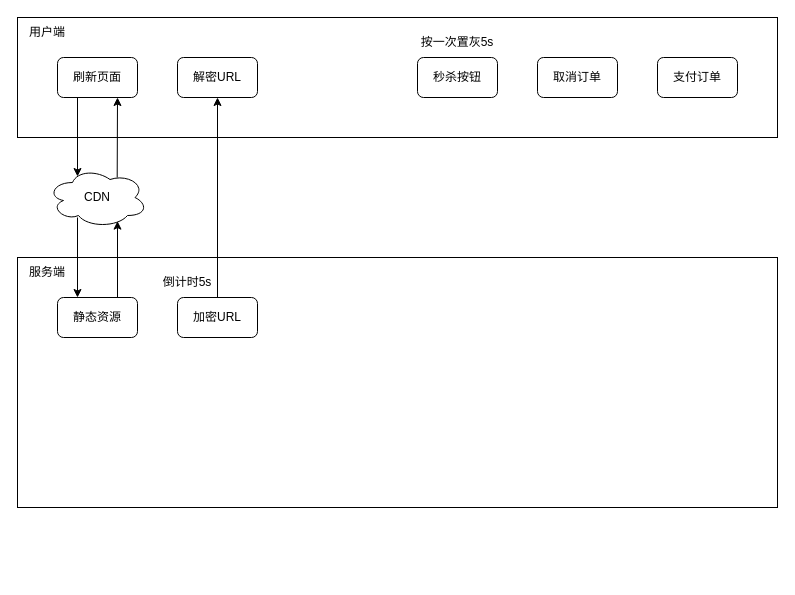
The draw.io diagram 秒杀系统设计.drawio in BacklitCat/Architecture, before the edit. Source tidied: cells renumbered, new cells numbered last; positions are measured from the earlier drawing's top-left corner, leaving out a move shared by most shapes. Both pictures are drawn from the tidied source at 100%, with x=0, y=0 at pixel (17, 17).
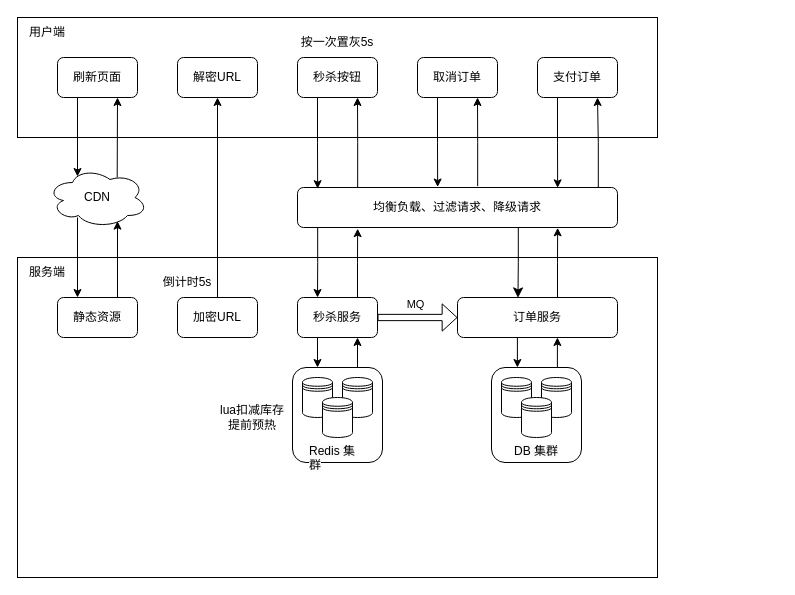
The same page after the edit.

Commit message:
更新秒杀系统设计.drawio

The edit, as a diff of the source:
```diff
@@
+    <mxCell id="5" style="rounded=0;whiteSpace=wrap;html=1;fillColor=none;" parent="1" vertex="1">
+      <mxGeometry y="240" width="640" height="320" as="geometry" />
+    </mxCell>
     <mxCell id="2" style="rounded=0;whiteSpace=wrap;html=1;fillColor=none;" parent="1" vertex="1">
-      <mxGeometry width="760" height="120" as="geometry" />
+      <mxGeometry width="640" height="120" as="geometry" />
     </mxCell>
+    <mxCell id="21" style="edgeStyle=orthogonalEdgeStyle;rounded=0;jettySize=auto;html=1;exitX=0.25;exitY=1;exitDx=0;exitDy=0;entryX=0.063;entryY=0.029;entryDx=0;entryDy=0;entryPerimeter=0;" parent="1" edge="1" source="3" target="34">
+      <mxGeometry relative="1" as="geometry" />
+    </mxCell>
     <mxCell id="3" value="秒杀按钮" style="rounded=1;whiteSpace=wrap;html=1;" parent="1" vertex="1">
-      <mxGeometry x="400" y="40" width="80" height="40" as="geometry" />
+      <mxGeometry x="280" y="40" width="80" height="40" as="geometry" />
     </mxCell>
@@
-    <mxCell id="5" style="rounded=0;whiteSpace=wrap;html=1;fillColor=none;" parent="1" vertex="1">
-      <mxGeometry y="240" width="760" height="250" as="geometry" />
-    </mxCell>
@@
+    <mxCell id="22" style="edgeStyle=orthogonalEdgeStyle;rounded=0;jettySize=auto;html=1;exitX=0.25;exitY=1;exitDx=0;exitDy=0;entryX=0.438;entryY=-0.012;entryDx=0;entryDy=0;entryPerimeter=0;" parent="1" edge="1" source="8" target="34">
+      <mxGeometry relative="1" as="geometry" />
+    </mxCell>
     <mxCell id="8" value="取消订单" style="rounded=1;whiteSpace=wrap;html=1;" parent="1" vertex="1">
-      <mxGeometry x="520" y="40" width="80" height="40" as="geometry" />
+      <mxGeometry x="400" y="40" width="80" height="40" as="geometry" />
     </mxCell>
+    <mxCell id="23" style="edgeStyle=orthogonalEdgeStyle;rounded=0;jettySize=auto;html=1;exitX=0.25;exitY=1;exitDx=0;exitDy=0;entryX=0.813;entryY=0.008;entryDx=0;entryDy=0;entryPerimeter=0;" parent="1" edge="1" source="9" target="34">
+      <mxGeometry relative="1" as="geometry" />
+    </mxCell>
     <mxCell id="9" value="支付订单" style="rounded=1;whiteSpace=wrap;html=1;" parent="1" vertex="1">
-      <mxGeometry x="640" y="40" width="80" height="40" as="geometry" />
+      <mxGeometry x="520" y="40" width="80" height="40" as="geometry" />
     </mxCell>
@@
     <mxCell id="16" value="按一次置灰5s" style="text;html=1;strokeColor=none;fillColor=none;align=center;verticalAlign=middle;whiteSpace=wrap;rounded=0;" parent="1" vertex="1">
-      <mxGeometry x="400" y="10" width="80" height="30" as="geometry" />
+      <mxGeometry x="280" y="10" width="80" height="30" as="geometry" />
     </mxCell>
@@
+    <mxCell id="24" style="edgeStyle=orthogonalEdgeStyle;rounded=0;jettySize=auto;html=1;exitX=0.188;exitY=-0.012;exitDx=0;exitDy=0;entryX=0.75;entryY=1;entryDx=0;entryDy=0;exitPerimeter=0;" parent="1" edge="1" source="34" target="3">
+      <mxGeometry relative="1" as="geometry" />
+    </mxCell>
+    <mxCell id="25" style="edgeStyle=orthogonalEdgeStyle;rounded=0;jettySize=auto;html=1;exitX=0.25;exitY=1;exitDx=0;exitDy=0;" parent="1" edge="1" source="29">
+      <mxGeometry relative="1" as="geometry">
+        <mxPoint x="300" y="350" as="targetPoint" />
+      </mxGeometry>
+    </mxCell>
+    <mxCell id="26" style="edgeStyle=orthogonalEdgeStyle;rounded=0;jettySize=auto;html=1;exitX=0.75;exitY=0;exitDx=0;exitDy=0;entryX=0.188;entryY=1.029;entryDx=0;entryDy=0;entryPerimeter=0;" parent="1" edge="1" source="29" target="34">
+      <mxGeometry relative="1" as="geometry" />
+    </mxCell>
+    <mxCell id="27" style="edgeStyle=orthogonalEdgeStyle;rounded=0;jettySize=auto;html=1;exitX=1;exitY=0.5;exitDx=0;exitDy=0;entryX=0;entryY=0.5;entryDx=0;entryDy=0;shape=flexArrow;width=6.285714285714286;endSize=4.617142857142857;" parent="1" edge="1" source="29" target="32">
+      <mxGeometry relative="1" as="geometry" />
+    </mxCell>
+    <mxCell id="28" value="MQ" style="edgeLabel;html=1;align=center;verticalAlign=middle;" parent="27" vertex="1">
+      <mxGeometry x="-0.17" y="-2" relative="1" as="geometry">
+        <mxPoint x="4" y="-16" as="offset" />
+      </mxGeometry>
+    </mxCell>
+    <mxCell id="29" value="秒杀服务" style="rounded=1;whiteSpace=wrap;html=1;" parent="1" vertex="1">
+      <mxGeometry x="280" y="280" width="80" height="40" as="geometry" />
+    </mxCell>
+    <mxCell id="30" style="edgeStyle=orthogonalEdgeStyle;rounded=0;jettySize=auto;html=1;exitX=0.563;exitY=-0.033;exitDx=0;exitDy=0;entryX=0.75;entryY=1;entryDx=0;entryDy=0;exitPerimeter=0;" parent="1" edge="1" source="34" target="8">
+      <mxGeometry relative="1" as="geometry" />
+    </mxCell>
+    <mxCell id="31" style="edgeStyle=orthogonalEdgeStyle;rounded=0;jettySize=auto;html=1;exitX=0.94;exitY=-0.012;exitDx=0;exitDy=0;entryX=0.75;entryY=1;entryDx=0;entryDy=0;exitPerimeter=0;" parent="1" edge="1" source="34" target="9">
+      <mxGeometry relative="1" as="geometry" />
+    </mxCell>
+    <mxCell id="32" value="订单服务" style="rounded=1;whiteSpace=wrap;html=1;" parent="1" vertex="1">
+      <mxGeometry x="440" y="280" width="160" height="40" as="geometry" />
+    </mxCell>
+    <mxCell id="33" style="edgeStyle=orthogonalEdgeStyle;rounded=0;jettySize=auto;html=1;exitX=0.063;exitY=1;exitDx=0;exitDy=0;entryX=0.25;entryY=0;entryDx=0;entryDy=0;exitPerimeter=0;" parent="1" edge="1" source="34" target="29">
+      <mxGeometry relative="1" as="geometry" />
+    </mxCell>
+    <mxCell id="34" value="均衡负载、过滤请求、降级请求" style="rounded=1;whiteSpace=wrap;html=1;" parent="1" vertex="1">
+      <mxGeometry x="280" y="170" width="320" height="40" as="geometry" />
+    </mxCell>
+    <mxCell id="35" value="lua扣减库存&lt;br&gt;提前预热" style="text;html=1;strokeColor=none;fillColor=none;align=center;verticalAlign=middle;whiteSpace=wrap;rounded=0;" parent="1" vertex="1">
+      <mxGeometry x="200" y="385" width="70" height="30" as="geometry" />
+    </mxCell>
+    <mxCell id="36" style="group;" parent="1" vertex="1">
+      <mxGeometry x="275" y="350" width="90" height="100" as="geometry" />
+    </mxCell>
+    <mxCell id="37" style="rounded=1;whiteSpace=wrap;html=1;" parent="36" vertex="1">
+      <mxGeometry width="90" height="95" as="geometry" />
+    </mxCell>
+    <mxCell id="38" style="group;" parent="36" vertex="1">
+      <mxGeometry x="10" y="10" width="70" height="90" as="geometry" />
+    </mxCell>
+    <mxCell id="39" style="shape=datastore;whiteSpace=wrap;html=1;" parent="38" vertex="1">
+      <mxGeometry width="30" height="40" as="geometry" />
+    </mxCell>
+    <mxCell id="40" value="&lt;span style=&quot;color: rgb(0, 0, 0); font-family: Helvetica; font-size: 12px; font-style: normal; font-variant-ligatures: normal; font-variant-caps: normal; font-weight: 400; letter-spacing: normal; orphans: 2; text-align: center; text-indent: 0px; text-transform: none; widows: 2; word-spacing: 0px; -webkit-text-stroke-width: 0px; background-color: rgb(251, 251, 251); text-decoration-thickness: initial; text-decoration-style: initial; text-decoration-color: initial; float: none; display: inline !important;&quot;&gt;Redis&amp;nbsp;&lt;/span&gt;&lt;span style=&quot;color: rgb(0, 0, 0); font-family: Helvetica; font-size: 12px; font-style: normal; font-variant-ligatures: normal; font-variant-caps: normal; font-weight: 400; letter-spacing: normal; orphans: 2; text-align: center; text-indent: 0px; text-transform: none; widows: 2; word-spacing: 0px; -webkit-text-stroke-width: 0px; background-color: rgb(251, 251, 251); text-decoration-thickness: initial; text-decoration-style: initial; text-decoration-color: initial; float: none; display: inline !important;&quot;&gt;集群&lt;/span&gt;" style="text;whiteSpace=wrap;html=1;" parent="38" vertex="1">
+      <mxGeometry x="5" y="60" width="60" height="30" as="geometry" />
+    </mxCell>
+    <mxCell id="41" style="shape=datastore;whiteSpace=wrap;html=1;" parent="38" vertex="1">
+      <mxGeometry x="40" width="30" height="40" as="geometry" />
+    </mxCell>
+    <mxCell id="42" style="shape=datastore;whiteSpace=wrap;html=1;" parent="38" vertex="1">
+      <mxGeometry x="20" y="20" width="30" height="40" as="geometry" />
+    </mxCell>
+    <mxCell id="43" style="edgeStyle=orthogonalEdgeStyle;rounded=0;jettySize=auto;html=1;entryX=0.75;entryY=1;entryDx=0;entryDy=0;" parent="1" edge="1" target="29">
+      <mxGeometry relative="1" as="geometry">
+        <mxPoint x="340" y="350" as="sourcePoint" />
+      </mxGeometry>
+    </mxCell>
+    <mxCell id="44" style="group;" parent="1" vertex="1">
+      <mxGeometry x="474" y="350" width="90" height="100" as="geometry" />
+    </mxCell>
+    <mxCell id="45" style="rounded=1;whiteSpace=wrap;html=1;" parent="44" vertex="1">
+      <mxGeometry width="90" height="95" as="geometry" />
+    </mxCell>
+    <mxCell id="46" style="group;" parent="44" vertex="1">
+      <mxGeometry x="10" y="10" width="70" height="90" as="geometry" />
+    </mxCell>
+    <mxCell id="47" style="shape=datastore;whiteSpace=wrap;html=1;" parent="46" vertex="1">
+      <mxGeometry width="30" height="40" as="geometry" />
+    </mxCell>
+    <mxCell id="48" value="&lt;span style=&quot;color: rgb(0, 0, 0); font-family: Helvetica; font-size: 12px; font-style: normal; font-variant-ligatures: normal; font-variant-caps: normal; font-weight: 400; letter-spacing: normal; orphans: 2; text-indent: 0px; text-transform: none; widows: 2; word-spacing: 0px; -webkit-text-stroke-width: 0px; background-color: rgb(251, 251, 251); text-decoration-thickness: initial; text-decoration-style: initial; text-decoration-color: initial; float: none; display: inline !important;&quot;&gt;DB&amp;nbsp;&lt;/span&gt;&lt;span style=&quot;color: rgb(0, 0, 0); font-family: Helvetica; font-size: 12px; font-style: normal; font-variant-ligatures: normal; font-variant-caps: normal; font-weight: 400; letter-spacing: normal; orphans: 2; text-indent: 0px; text-transform: none; widows: 2; word-spacing: 0px; -webkit-text-stroke-width: 0px; background-color: rgb(251, 251, 251); text-decoration-thickness: initial; text-decoration-style: initial; text-decoration-color: initial; float: none; display: inline !important;&quot;&gt;集群&lt;/span&gt;" style="text;whiteSpace=wrap;html=1;align=center;" parent="46" vertex="1">
+      <mxGeometry x="5" y="60" width="60" height="30" as="geometry" />
+    </mxCell>
+    <mxCell id="49" style="shape=datastore;whiteSpace=wrap;html=1;" parent="46" vertex="1">
+      <mxGeometry x="40" width="30" height="40" as="geometry" />
+    </mxCell>
+    <mxCell id="50" style="shape=datastore;whiteSpace=wrap;html=1;" parent="46" vertex="1">
+      <mxGeometry x="20" y="20" width="30" height="40" as="geometry" />
+    </mxCell>
+    <mxCell id="51" style="edgeStyle=orthogonalEdgeStyle;rounded=0;orthogonalLoop=1;jettySize=auto;html=1;exitX=0.25;exitY=1;exitDx=0;exitDy=0;" parent="1" edge="1">
+      <mxGeometry relative="1" as="geometry">
+        <mxPoint x="499.9" y="320" as="sourcePoint" />
+        <mxPoint x="499.9" y="350" as="targetPoint" />
+      </mxGeometry>
+    </mxCell>
+    <mxCell id="52" style="edgeStyle=orthogonalEdgeStyle;rounded=0;orthogonalLoop=1;jettySize=auto;html=1;entryX=0.75;entryY=1;entryDx=0;entryDy=0;" parent="1" edge="1">
+      <mxGeometry relative="1" as="geometry">
+        <mxPoint x="539.9" y="350" as="sourcePoint" />
+        <mxPoint x="539.9" y="320" as="targetPoint" />
+      </mxGeometry>
+    </mxCell>
+    <mxCell id="53" style="edgeStyle=orthogonalEdgeStyle;rounded=0;jettySize=auto;html=1;exitX=0.625;exitY=0.008;exitDx=0;exitDy=0;entryX=0.813;entryY=1.008;entryDx=0;entryDy=0;entryPerimeter=0;exitPerimeter=0;" parent="1" edge="1" source="32" target="34">
+      <mxGeometry relative="1" as="geometry" />
+    </mxCell>
+    <mxCell id="54" style="edgeStyle=elbowEdgeStyle;elbow=vertical;endArrow=classic;html=1;curved=0;rounded=0;endSize=8;startSize=8;entryX=0.378;entryY=0.01;entryDx=0;entryDy=0;entryPerimeter=0;exitX=0.69;exitY=0.99;exitDx=0;exitDy=0;exitPerimeter=0;" parent="1" edge="1" source="34" target="32">
+      <mxGeometry relative="1" as="geometry" />
+    </mxCell>
```
